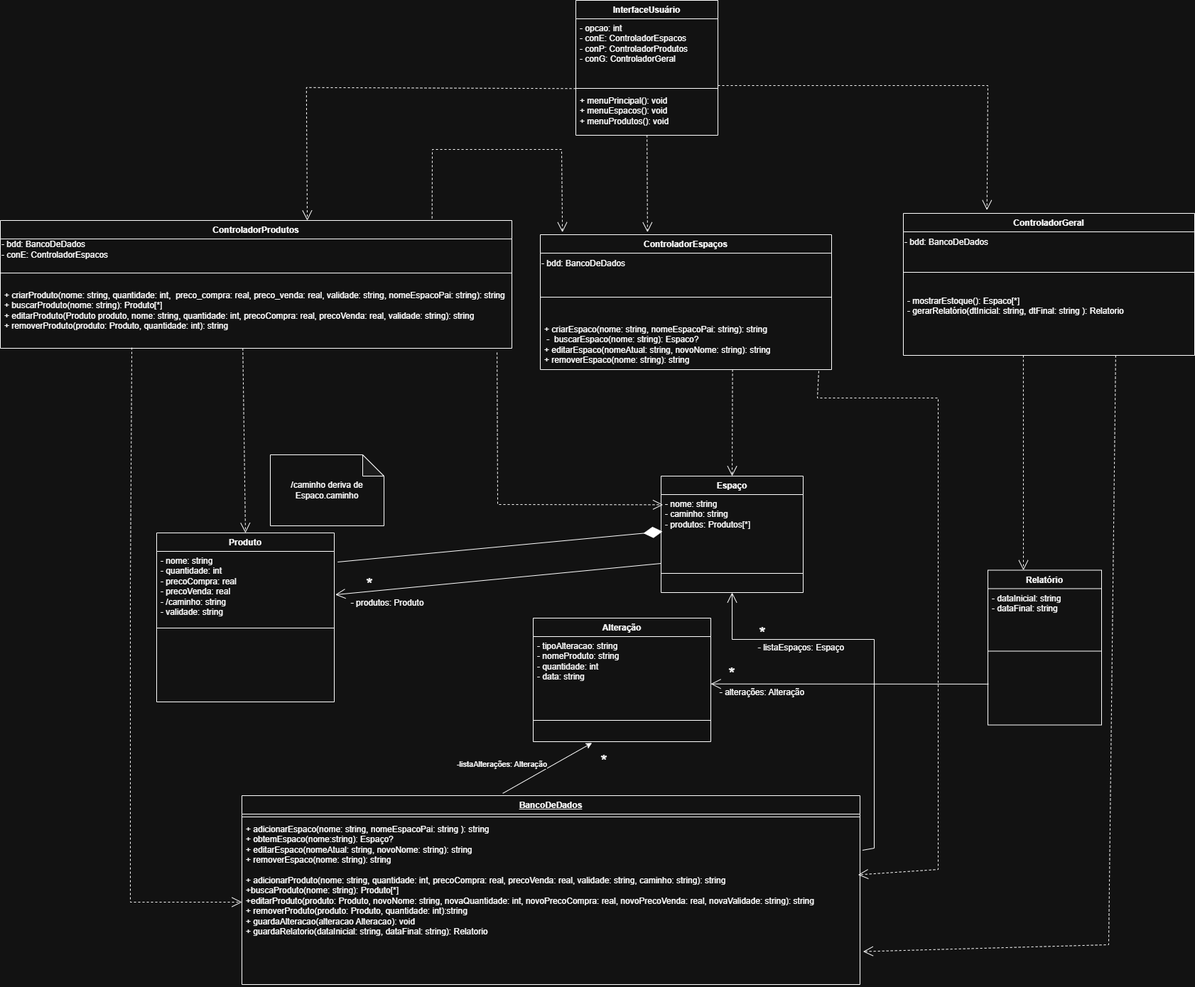
This is Documentos/diagramaDeClasses.png from ryquelmee/Controle-de-Estoque---Bar, a draw.io export, as it was before one commit. Source tidied: cells renumbered, new cells last; positions are measured from the earlier drawing's top-left corner, leaving out a move shared by most shapes.
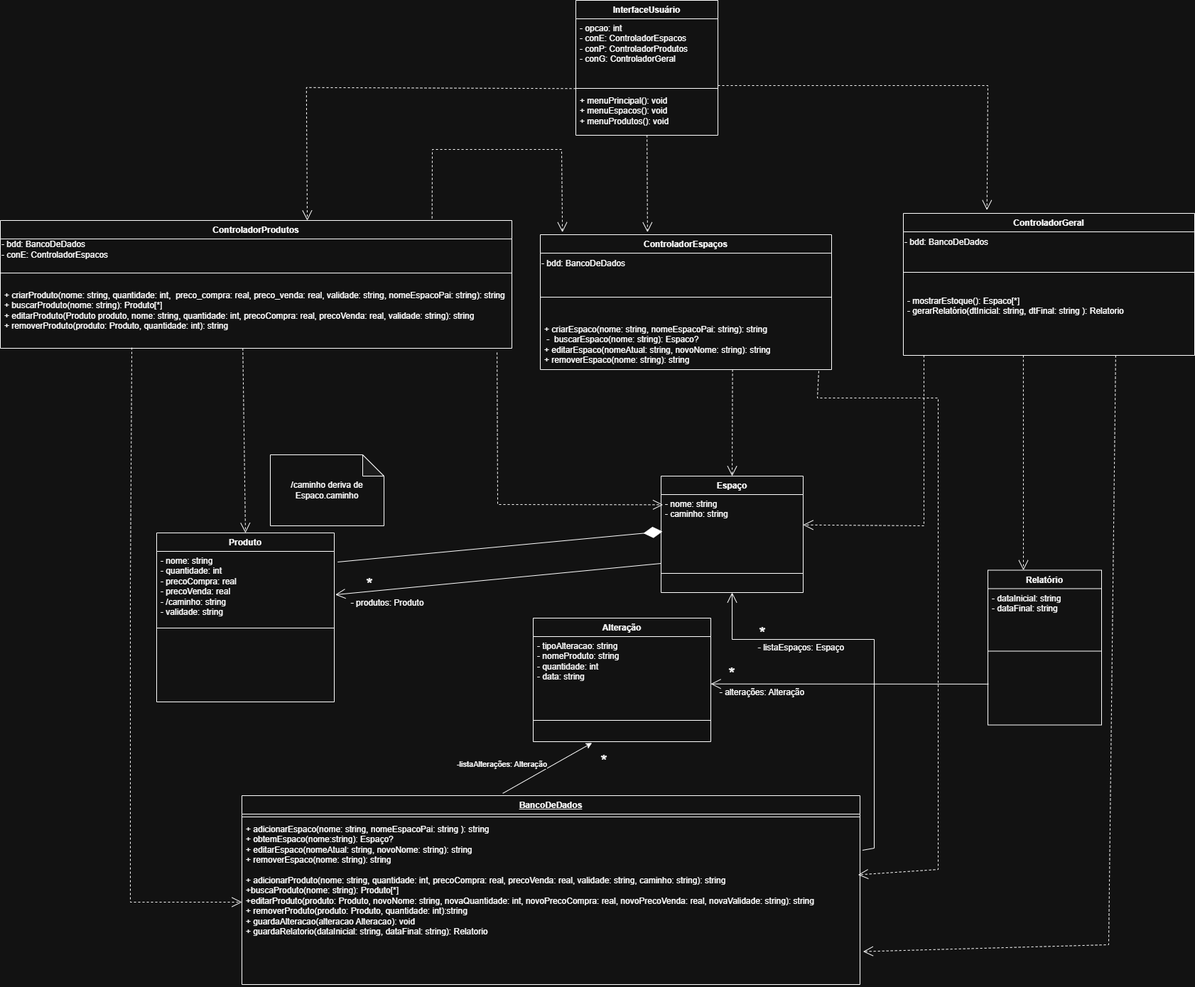
Later version of the same file.

Change to the diagram source:
```diff
@@ -53,7 +53,7 @@
     <mxCell id="18" value="Espaço" style="swimlane;fontStyle=1;align=center;verticalAlign=top;horizontal=1;startSize=26;whiteSpace=wrap;html=1;" parent="1" vertex="1">
       <mxGeometry x="930" y="670" width="200" height="164" as="geometry" />
     </mxCell>
-    <mxCell id="19" value="&lt;div&gt;- nome: string&lt;/div&gt;&lt;div&gt;- caminho: string&lt;/div&gt;&lt;div&gt;- produtos: Produtos[*]&lt;/div&gt;" style="text;strokeColor=none;fillColor=none;align=left;verticalAlign=top;spacingLeft=4;spacingRight=4;overflow=hidden;points=[[0,0.5],[1,0.5]];portConstraint=eastwest;whiteSpace=wrap;html=1;" parent="18" vertex="1">
+    <mxCell id="19" value="&lt;div&gt;- nome: string&lt;/div&gt;&lt;div&gt;- caminho: string&lt;/div&gt;" style="text;strokeColor=none;fillColor=none;align=left;verticalAlign=top;spacingLeft=4;spacingRight=4;overflow=hidden;points=[[0,0.5],[1,0.5]];portConstraint=eastwest;whiteSpace=wrap;html=1;" parent="18" vertex="1">
       <mxGeometry y="26" width="200" height="84" as="geometry" />
     </mxCell>
     <mxCell id="20" value="&#10;&#10;&#10;&#10;&#10;" style="line;strokeWidth=1;fillColor=none;align=left;verticalAlign=middle;spacingTop=-1;spacingLeft=3;spacingRight=3;labelPosition=right;strokeColor=inherit;" parent="18" vertex="1">
@@ -229,5 +229,13 @@
         </Array>
       </mxGeometry>
     </mxCell>
+    <mxCell id="62" style="endArrow=open;endSize=12;dashed=1;html=1;rounded=0;exitX=0.412;exitY=1;exitDx=0;exitDy=0;exitPerimeter=0;" parent="1" edge="1" target="19">
+      <mxGeometry x="-0.1" y="3" relative="1" as="geometry">
+        <mxPoint x="1300" y="500" as="sourcePoint" />
+        <Array as="points">
+          <mxPoint x="1300" y="740" />
+        </Array>
+      </mxGeometry>
+    </mxCell>
   </root>
 </mxGraphModel>
```
